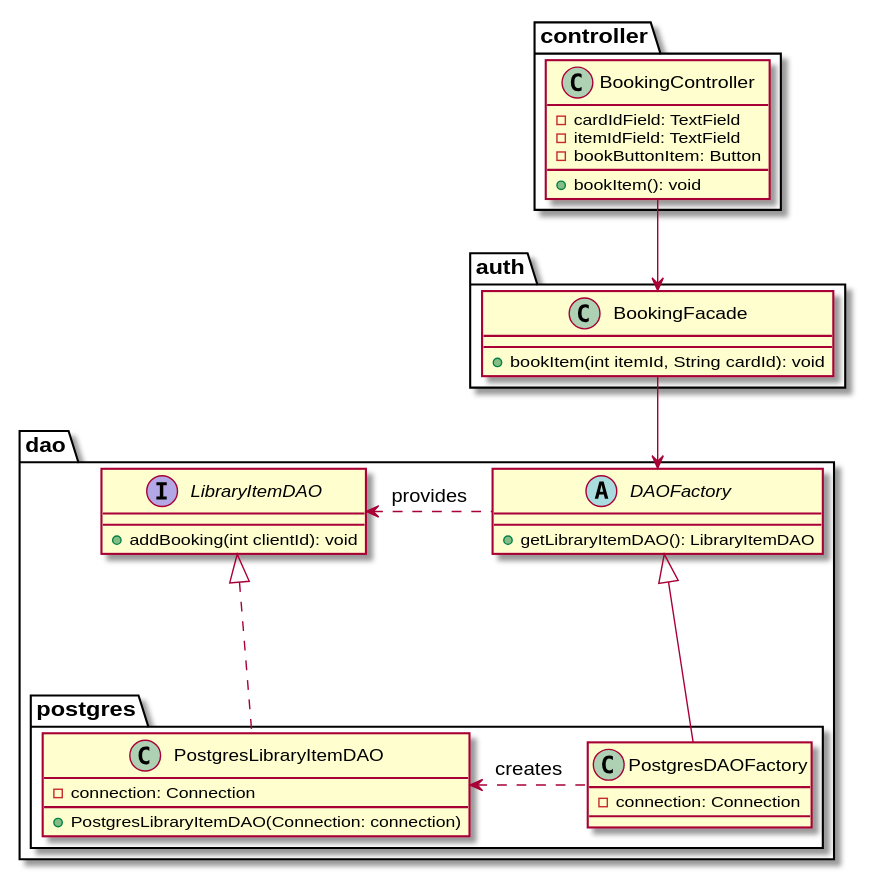
This is specifications/software-design/booking/booking-class-diagram.svg from BrokenSwing/Comixaire, a PlantUML export, as it was before one commit. Source of this version:
```plantuml
@startuml
package controller {

  class BookingController {
    -cardIdField: TextField
    -itemIdField: TextField
    -bookButtonItem: Button
    +bookItem(): void
  }

}

package auth {

  class BookingFacade {
    +bookItem(int itemId, String cardId): void
  }

}

package dao {

  abstract class DAOFactory {
    +getLibraryItemDAO(): LibraryItemDAO
  }

  interface LibraryItemDAO {
    +addBooking(int clientId): void
  }

  package postgres {

    class PostgresLibraryItemDAO implements LibraryItemDAO {
      -connection: Connection
      +PostgresLibraryItemDAO(Connection: connection)
    }

    class PostgresDAOFactory extends DAOFactory {
      -connection: Connection
    }

  }

}

PostgresDAOFactory .left> PostgresLibraryItemDAO : "creates"
DAOFactory .left> LibraryItemDAO : "provides"


BookingFacade -down-> DAOFactory
BookingController --> BookingFacade
@enduml
```
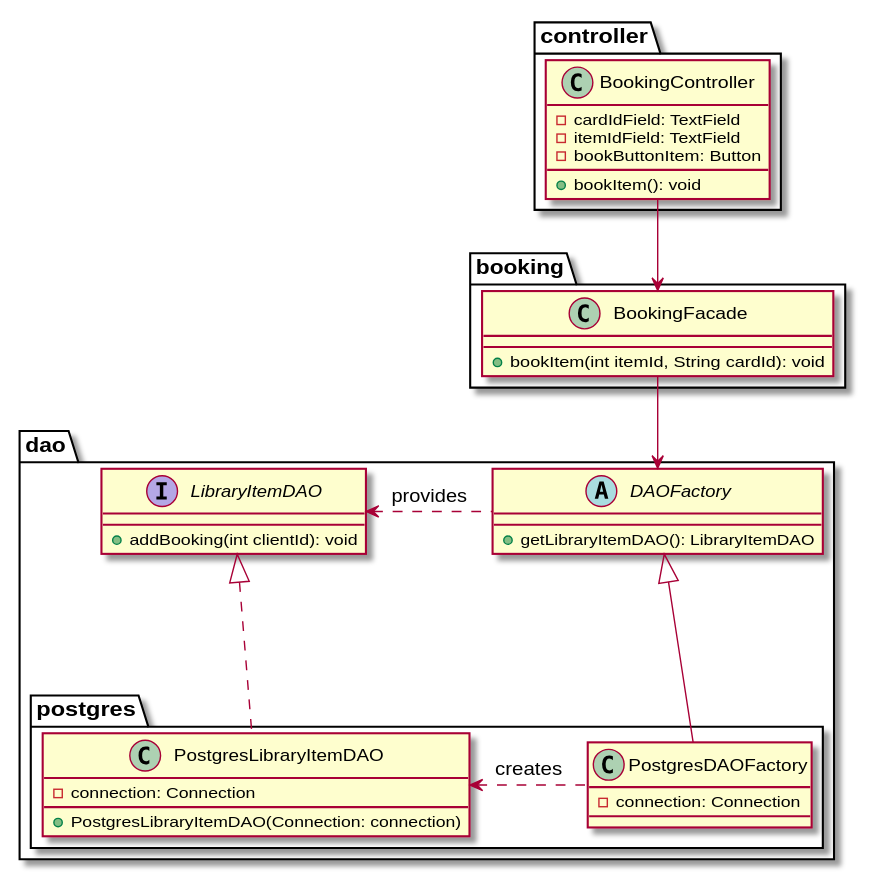
The same file after the commit.

Commit message:
class diagram for employee-crud

The edit, as a diff of the source:
```diff
@@ -10,7 +10,7 @@
 
 }
 
-package auth {
+package booking {
 
   class BookingFacade {
     +bookItem(int itemId, String cardId): void
```
